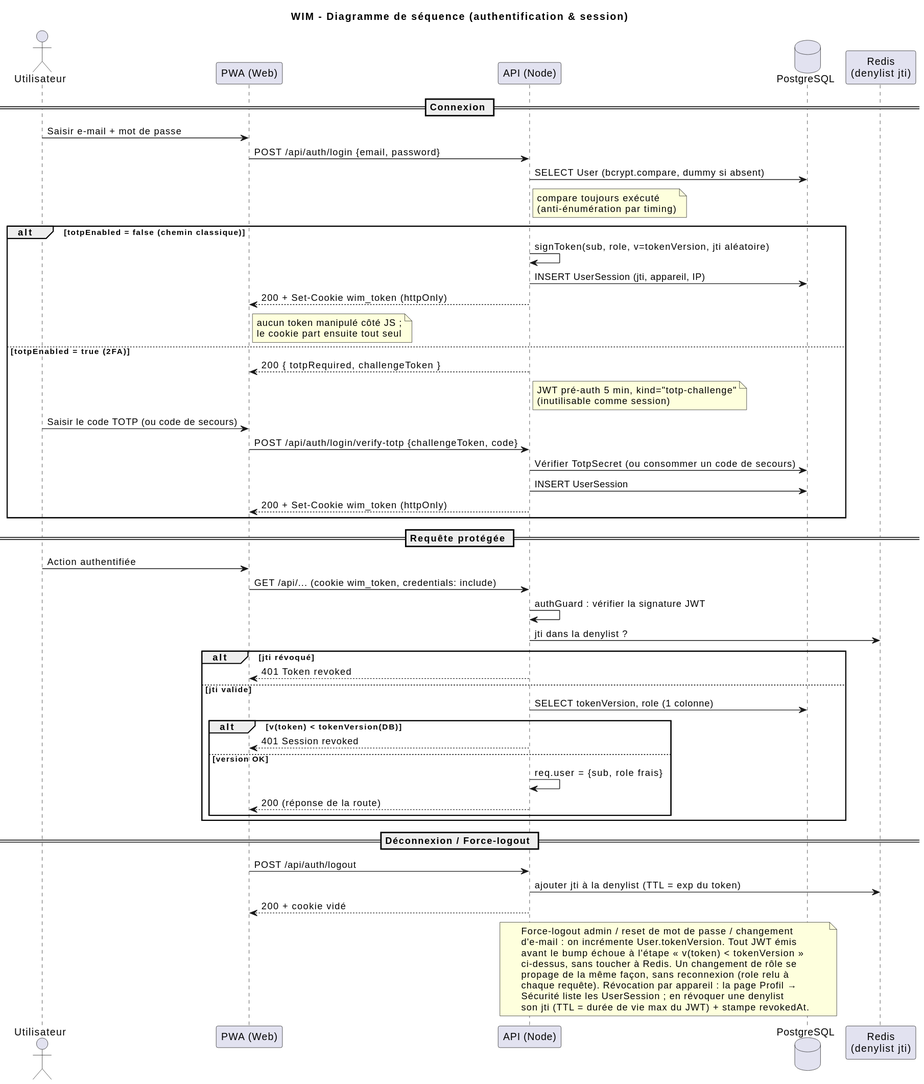
Before: docs/uml/09-sequence-auth.svg, a diagram exported from PlantUML (SGCSBorges/WIM). Its source is kept beside it as docs/uml/09-sequence-auth.puml.
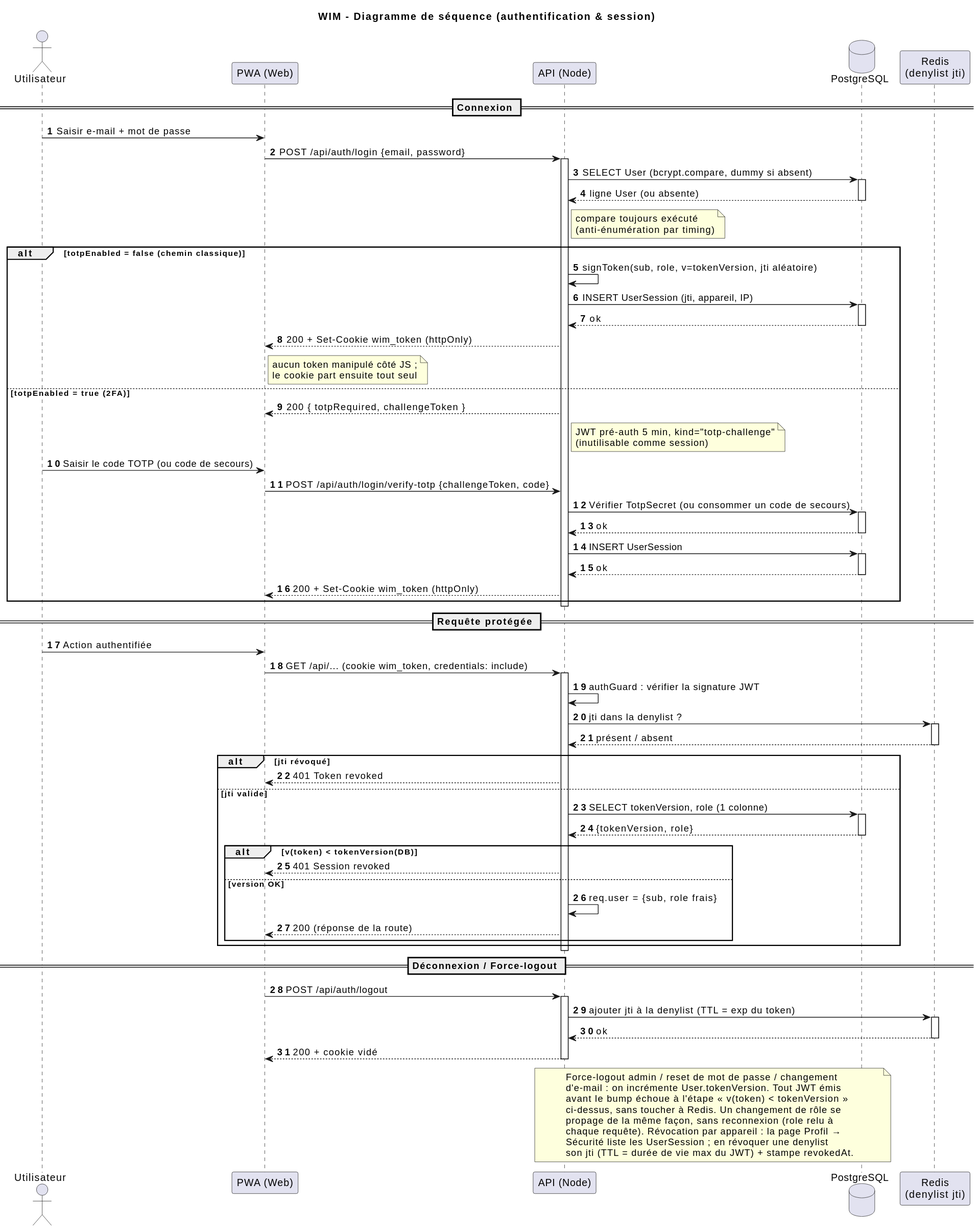
After the change.

Diff of the diagram source:
```diff
@@ -1,6 +1,7 @@
 @startuml
 title WIM – Diagramme de séquence (authentification & session)
 
+autonumber
 actor Utilisateur as User
 participant "PWA (Web)" as Web
 participant "API (Node)" as API
@@ -10,11 +11,18 @@
 == Connexion ==
 User -> Web : Saisir e-mail + mot de passe
 Web -> API : POST /api/auth/login {email, password}
+activate API
 API -> DB : SELECT User (bcrypt.compare, dummy si absent)
+activate DB
+DB --> API : ligne User (ou absente)
+deactivate DB
 note right of API : compare toujours exécuté\n(anti-énumération par timing)
 alt totpEnabled = false (chemin classique)
   API -> API : signToken(sub, role, v=tokenVersion, jti aléatoire)
   API -> DB : INSERT UserSession (jti, appareil, IP)
+  activate DB
+  DB --> API : ok
+  deactivate DB
   API --> Web : 200 + Set-Cookie wim_token (httpOnly)
   note right of Web : aucun token manipulé côté JS ;\nle cookie part ensuite tout seul
 else totpEnabled = true (2FA)
@@ -23,19 +31,33 @@
   User -> Web : Saisir le code TOTP (ou code de secours)
   Web -> API : POST /api/auth/login/verify-totp {challengeToken, code}
   API -> DB : Vérifier TotpSecret (ou consommer un code de secours)
+  activate DB
+  DB --> API : ok
+  deactivate DB
   API -> DB : INSERT UserSession
+  activate DB
+  DB --> API : ok
+  deactivate DB
   API --> Web : 200 + Set-Cookie wim_token (httpOnly)
 end
+deactivate API
 
 == Requête protégée ==
 User -> Web : Action authentifiée
 Web -> API : GET /api/... (cookie wim_token, credentials: include)
+activate API
 API -> API : authGuard : vérifier la signature JWT
 API -> Redis : jti dans la denylist ?
+activate Redis
+Redis --> API : présent / absent
+deactivate Redis
 alt jti révoqué
   API --> Web : 401 Token revoked
 else jti valide
   API -> DB : SELECT tokenVersion, role (1 colonne)
+  activate DB
+  DB --> API : {tokenVersion, role}
+  deactivate DB
   alt v(token) < tokenVersion(DB)
     API --> Web : 401 Session revoked
   else version OK
@@ -43,11 +65,17 @@
     API --> Web : 200 (réponse de la route)
   end
 end
+deactivate API
 
 == Déconnexion / Force-logout ==
 Web -> API : POST /api/auth/logout
+activate API
 API -> Redis : ajouter jti à la denylist (TTL = exp du token)
+activate Redis
+Redis --> API : ok
+deactivate Redis
 API --> Web : 200 + cookie vidé
+deactivate API
 
 note over API, DB
 Force-logout admin / reset de mot de passe / changement
```
